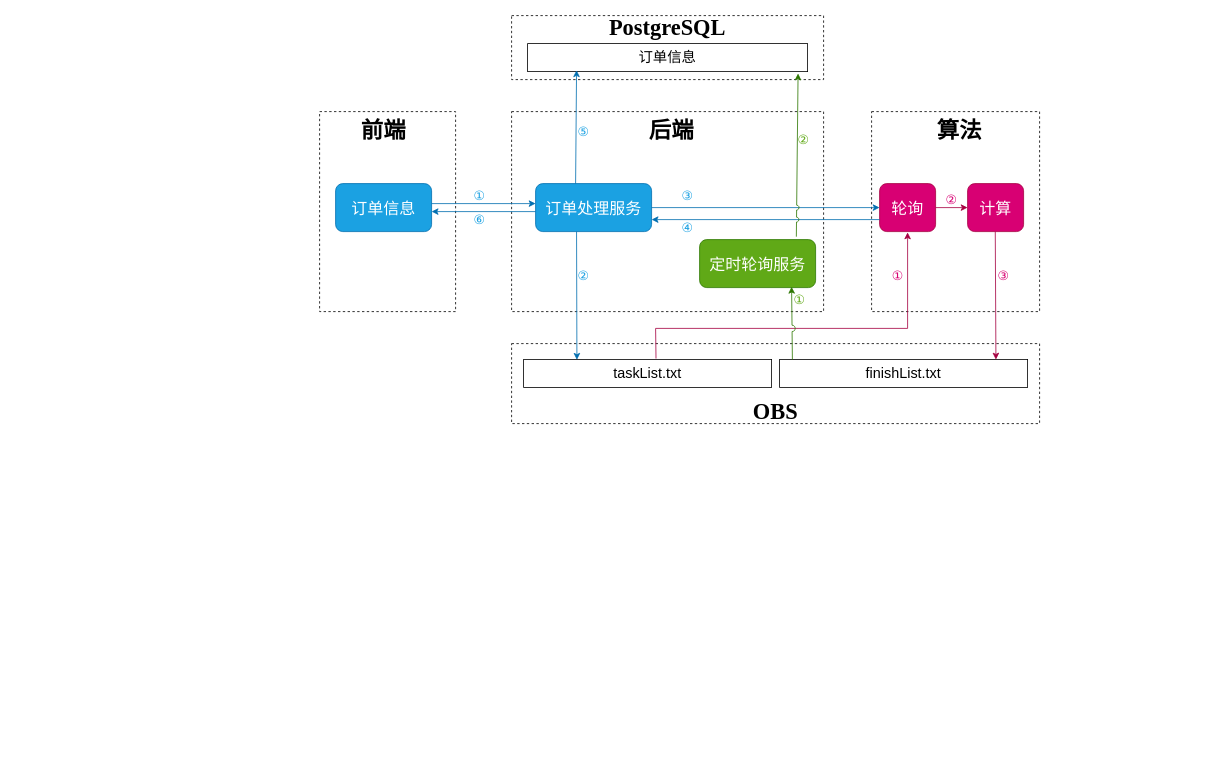
Before: 未命名绘图.drawio in wjbgis/wjbgis, a draw.io diagram. Source tidied: cells renumbered, new cells numbered last; positions are measured from the earlier drawing's top-left corner, leaving out a move shared by most shapes. Both pictures are drawn from the tidied source at 80%, with x=0, y=0 at pixel (319, 15).
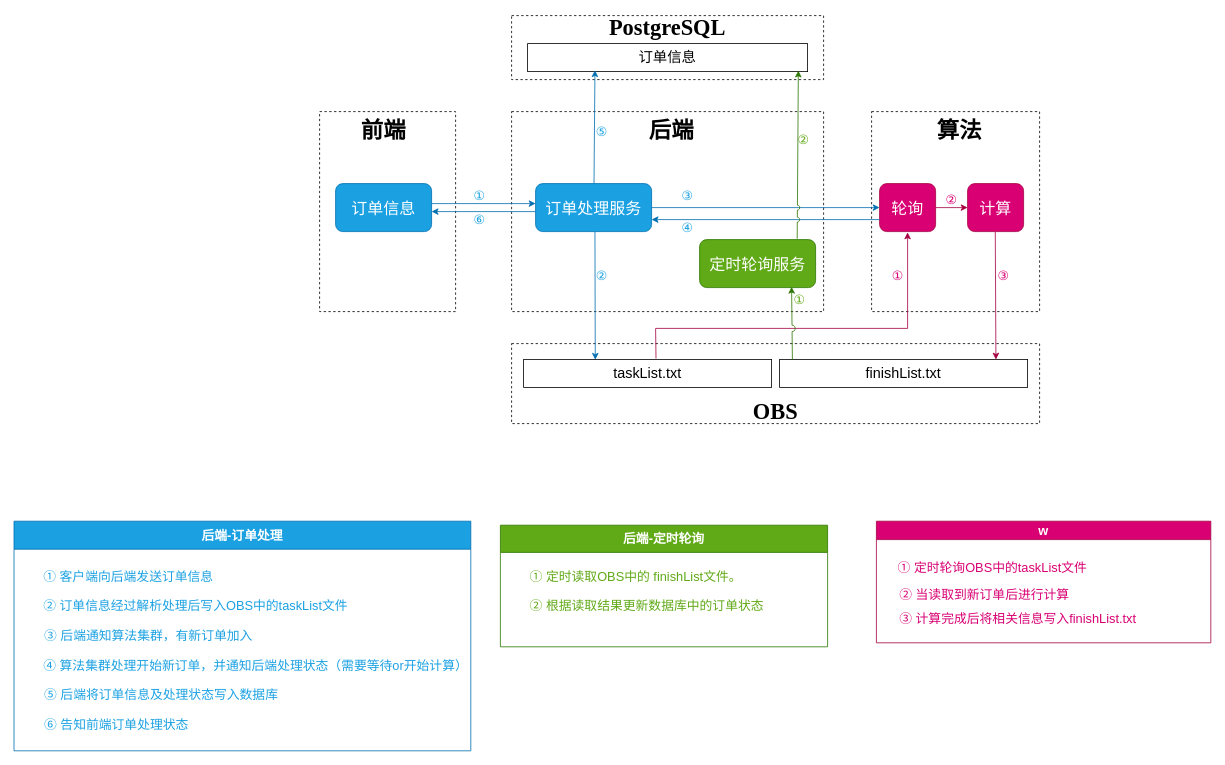
The same diagram, later.

Commit message:
更新未命名绘图.drawio

The change refers to these unchanged cells:
```xml
<mxCell id="14" value="&lt;font style=&quot;font-size: 20px;&quot;&gt;定时轮询服务&lt;/font&gt;" style="rounded=1;whiteSpace=wrap;html=1;fillColor=#60a917;fontColor=#ffffff;strokeColor=#2D7600;" parent="1" vertex="1">
  <mxGeometry x="475" y="280" width="145" height="60" as="geometry" />
</mxCell>
<mxCell id="24" value="&lt;font style=&quot;font-size: 18px;&quot;&gt;taskList.txt&lt;/font&gt;" style="rounded=0;whiteSpace=wrap;html=1;labelBackgroundColor=default;fillStyle=auto;fillColor=#FFFFFF;" parent="1" vertex="1">
  <mxGeometry x="255" y="430" width="310" height="35" as="geometry" />
</mxCell>
```

The edit, as a diff of the source:
```diff
@@
-    <mxCell id="19" value="&lt;font style=&quot;font-size: 18px;&quot;&gt;订单信息&lt;/font&gt;" style="rounded=0;whiteSpace=wrap;html=1;labelBackgroundColor=default;fillStyle=auto;fillColor=#FFFFFF;" parent="1" vertex="1">
+    <mxCell id="19" value="&lt;font style=&quot;font-size: 18px;&quot;&gt;订单信息&lt;/font&gt;" style="rounded=0;whiteSpace=wrap;html=1;labelBackgroundColor=default;fillStyle=auto;fillColor=none;" parent="1" vertex="1">
       <mxGeometry x="260" y="35" width="350" height="35" as="geometry" />
     </mxCell>
@@
     <mxCell id="21" style="endArrow=classic;html=1;rounded=0;exitX=0.25;exitY=0;exitDx=0;exitDy=0;entryX=0.06;entryY=0.952;entryDx=0;entryDy=0;entryPerimeter=0;fillColor=#1ba1e2;strokeColor=#006EAF;" parent="1" edge="1">
       <mxGeometry relative="1" as="geometry">
-        <mxPoint x="320" y="210" as="sourcePoint" />
-        <mxPoint x="321.2" y="68.3" as="targetPoint" />
+        <mxPoint x="343" y="210" as="sourcePoint" />
+        <mxPoint x="344.2" y="68.3" as="targetPoint" />
       </mxGeometry>
     </mxCell>
-    <mxCell id="22" style="endArrow=classic;html=1;rounded=0;exitX=0.25;exitY=1;exitDx=0;exitDy=0;entryX=0.215;entryY=0.007;entryDx=0;entryDy=0;entryPerimeter=0;fillColor=#1ba1e2;strokeColor=#006EAF;" parent="1" edge="1" target="24">
+    <mxCell id="22" style="endArrow=classic;html=1;rounded=0;exitX=0.25;exitY=1;exitDx=0;exitDy=0;entryX=0.215;entryY=0.007;entryDx=0;entryDy=0;entryPerimeter=0;fillColor=#1ba1e2;strokeColor=#006EAF;" parent="1" edge="1">
       <mxGeometry relative="1" as="geometry">
-        <mxPoint x="321.2" y="270" as="sourcePoint" />
+        <mxPoint x="344.2" y="270" as="sourcePoint" />
+        <mxPoint x="344.6" y="430.2" as="targetPoint" />
       </mxGeometry>
     </mxCell>
@@
     <mxCell id="30" value="&lt;font color=&quot;#1ba1e2&quot; style=&quot;font-size: 16px;&quot;&gt;②&lt;/font&gt;" style="text;html=1;strokeColor=none;fillColor=none;align=center;verticalAlign=middle;whiteSpace=wrap;rounded=0;" parent="1" vertex="1">
-      <mxGeometry x="300" y="310" width="60" height="30" as="geometry" />
+      <mxGeometry x="323" y="310" width="60" height="30" as="geometry" />
     </mxCell>
@@
     <mxCell id="33" value="&lt;font color=&quot;#1ba1e2&quot; style=&quot;font-size: 16px;&quot;&gt;⑤&lt;/font&gt;" style="text;html=1;strokeColor=none;fillColor=none;align=center;verticalAlign=middle;whiteSpace=wrap;rounded=0;" parent="1" vertex="1">
-      <mxGeometry x="300" y="130" width="60" height="30" as="geometry" />
+      <mxGeometry x="323" y="130" width="60" height="30" as="geometry" />
     </mxCell>
@@
-    <mxCell id="37" style="endArrow=classic;html=1;rounded=0;entryX=0.966;entryY=1.067;entryDx=0;entryDy=0;entryPerimeter=0;fillColor=#60a917;strokeColor=#2D7600;exitX=0.834;exitY=-0.061;exitDx=0;exitDy=0;exitPerimeter=0;jumpStyle=arc;" parent="1" edge="1" source="14" target="19">
-      <mxGeometry relative="1" as="geometry" />
+    <mxCell id="37" style="endArrow=classic;html=1;rounded=0;entryX=0.967;entryY=0.964;entryDx=0;entryDy=0;entryPerimeter=0;fillColor=#60a917;strokeColor=#2D7600;jumpStyle=arc;" parent="1" edge="1" target="19">
+      <mxGeometry relative="1" as="geometry">
+        <mxPoint x="597" y="279" as="sourcePoint" />
+      </mxGeometry>
     </mxCell>
@@
+    <mxCell id="42" value="&lt;font style=&quot;font-size: 16px;&quot;&gt;后端-订单处理&lt;/font&gt;" style="swimlane;whiteSpace=wrap;html=1;fillColor=#1ba1e2;fontColor=#ffffff;strokeColor=#006EAF;startSize=35;" parent="1" vertex="1">
+      <mxGeometry x="-382" y="632" width="571" height="287" as="geometry" />
+    </mxCell>
+    <mxCell id="43" value="&lt;font color=&quot;#1ba1e2&quot; style=&quot;font-size: 16px;&quot;&gt;① 客户端向后端发送订单信息&lt;/font&gt;" style="text;html=1;strokeColor=none;fillColor=none;align=left;verticalAlign=middle;whiteSpace=wrap;rounded=0;" parent="42" vertex="1">
+      <mxGeometry x="35" y="54" width="216" height="30" as="geometry" />
+    </mxCell>
+    <mxCell id="44" value="&lt;font color=&quot;#1ba1e2&quot; style=&quot;font-size: 16px;&quot;&gt;② 订单信息经过解析处理后写入OBS中的taskList文件&lt;/font&gt;" style="text;html=1;strokeColor=none;fillColor=none;align=left;verticalAlign=middle;whiteSpace=wrap;rounded=0;" parent="42" vertex="1">
+      <mxGeometry x="35" y="91" width="391" height="30" as="geometry" />
+    </mxCell>
+    <mxCell id="45" value="&lt;font color=&quot;#1ba1e2&quot; style=&quot;font-size: 16px;&quot;&gt;③ 后端通知算法集群，有新订单加入&lt;/font&gt;" style="text;html=1;strokeColor=none;fillColor=none;align=left;verticalAlign=middle;whiteSpace=wrap;rounded=0;" parent="42" vertex="1">
+      <mxGeometry x="36" y="128" width="391" height="30" as="geometry" />
+    </mxCell>
+    <mxCell id="46" value="&lt;font color=&quot;#1ba1e2&quot; style=&quot;font-size: 16px;&quot;&gt;④ 算法集群处理开始新订单，并通知后端处理状态（需要等待or开始计算）&lt;/font&gt;" style="text;html=1;strokeColor=none;fillColor=none;align=left;verticalAlign=middle;whiteSpace=wrap;rounded=0;" parent="42" vertex="1">
+      <mxGeometry x="35" y="165" width="535" height="30" as="geometry" />
+    </mxCell>
+    <mxCell id="47" value="&lt;font color=&quot;#1ba1e2&quot; style=&quot;font-size: 16px;&quot;&gt;⑤ 后端将订单信息及处理状态写入数据库&lt;/font&gt;" style="text;html=1;strokeColor=none;fillColor=none;align=left;verticalAlign=middle;whiteSpace=wrap;rounded=0;" parent="42" vertex="1">
+      <mxGeometry x="36" y="202" width="535" height="30" as="geometry" />
+    </mxCell>
+    <mxCell id="48" value="&lt;font color=&quot;#1ba1e2&quot; style=&quot;font-size: 16px;&quot;&gt;⑥ 告知前端订单处理状态&lt;/font&gt;" style="text;html=1;strokeColor=none;fillColor=none;align=left;verticalAlign=middle;whiteSpace=wrap;rounded=0;" parent="42" vertex="1">
+      <mxGeometry x="36" y="239" width="535" height="30" as="geometry" />
+    </mxCell>
+    <mxCell id="49" value="&lt;font style=&quot;font-size: 16px;&quot;&gt;后端-定时轮询&lt;/font&gt;" style="swimlane;whiteSpace=wrap;html=1;fillColor=#60a917;fontColor=#ffffff;strokeColor=#2D7600;startSize=34;" parent="1" vertex="1">
+      <mxGeometry x="226" y="637" width="409" height="152" as="geometry" />
+    </mxCell>
+    <mxCell id="50" value="&lt;font style=&quot;font-size: 16px;&quot;&gt;① 定时读取OBS中的 finishList文件。&lt;/font&gt;" style="text;html=1;strokeColor=none;fillColor=none;align=left;verticalAlign=middle;whiteSpace=wrap;rounded=0;fontColor=#60a917;" parent="49" vertex="1">
+      <mxGeometry x="35" y="49" width="309" height="30" as="geometry" />
+    </mxCell>
+    <mxCell id="51" value="&lt;font style=&quot;font-size: 16px;&quot;&gt;② 根据读取结果更新数据库中的订单状态&lt;/font&gt;" style="text;html=1;strokeColor=none;fillColor=none;align=left;verticalAlign=middle;whiteSpace=wrap;rounded=0;fontColor=#60a917;" parent="49" vertex="1">
+      <mxGeometry x="35" y="86" width="391" height="30" as="geometry" />
+    </mxCell>
+    <mxCell id="52" value="&lt;span style=&quot;font-size: 16px;&quot;&gt;w&lt;/span&gt;" style="swimlane;whiteSpace=wrap;html=1;fillColor=#d80073;fontColor=#ffffff;strokeColor=#A50040;startSize=23;" parent="1" vertex="1">
+      <mxGeometry x="696" y="632" width="418" height="152" as="geometry" />
+    </mxCell>
+    <mxCell id="53" value="&lt;font style=&quot;font-size: 16px;&quot;&gt;① 定时轮询OBS中的taskList文件&lt;/font&gt;" style="text;html=1;strokeColor=none;fillColor=none;align=left;verticalAlign=middle;rounded=0;fontColor=#d80073;" parent="52" vertex="1">
+      <mxGeometry x="25" y="43" width="391" height="30" as="geometry" />
+    </mxCell>
+    <mxCell id="54" value="&lt;font style=&quot;font-size: 16px;&quot;&gt;② 当读取到新订单后进行计算&lt;/font&gt;" style="text;html=1;strokeColor=none;fillColor=none;align=left;verticalAlign=middle;rounded=0;fontColor=#d80073;" parent="52" vertex="1">
+      <mxGeometry x="27" y="77" width="391" height="30" as="geometry" />
+    </mxCell>
+    <mxCell id="55" value="&lt;font style=&quot;font-size: 16px;&quot;&gt;③ 计算完成后将相关信息写入finishList.txt&lt;/font&gt;" style="text;html=1;strokeColor=none;fillColor=none;align=left;verticalAlign=middle;rounded=0;fontColor=#d80073;" parent="52" vertex="1">
+      <mxGeometry x="27" y="107" width="391" height="30" as="geometry" />
+    </mxCell>
```
